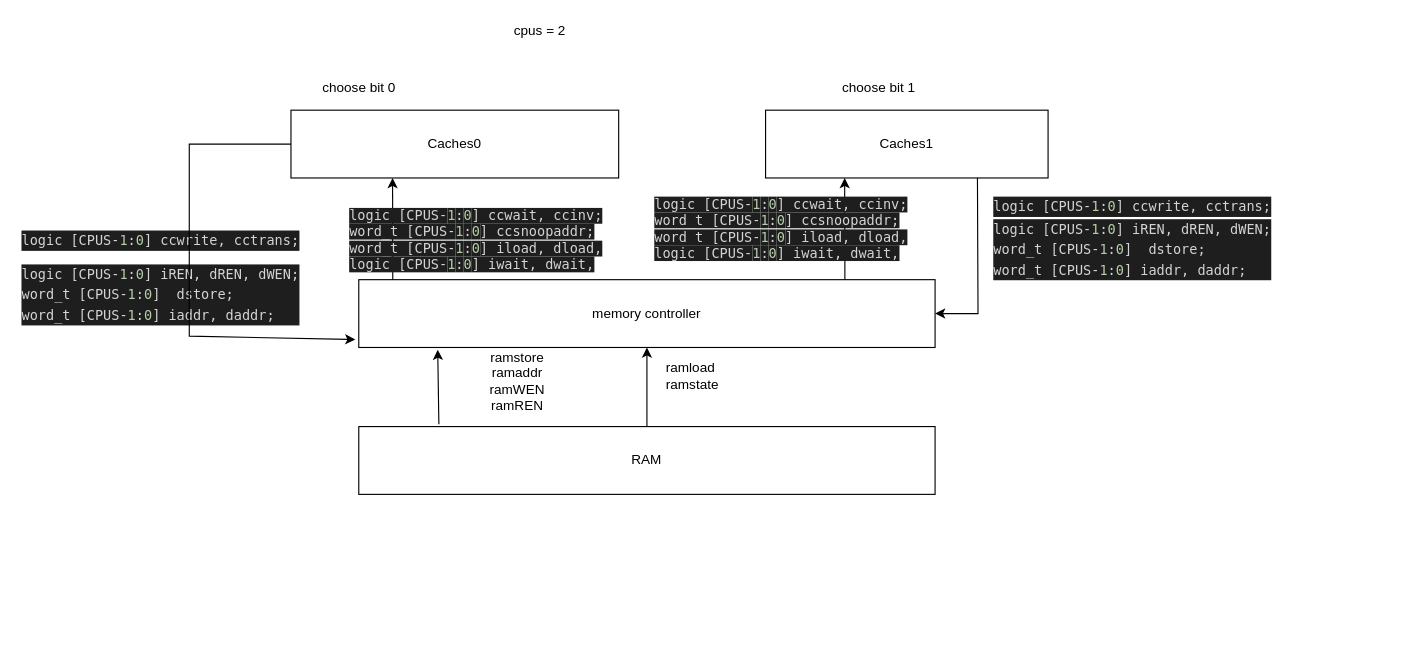
Earlier version of the draw.io diagram page "Page-4" (4 of 5) of caches.drawio (vickyfyq/ece437). Source tidied: cells renumbered, new cells numbered last; positions are measured from the earlier drawing's top-left corner, leaving out a move shared by most shapes. Both pictures are drawn from the tidied source at 113%, with x=0, y=0 at pixel (19, 19).
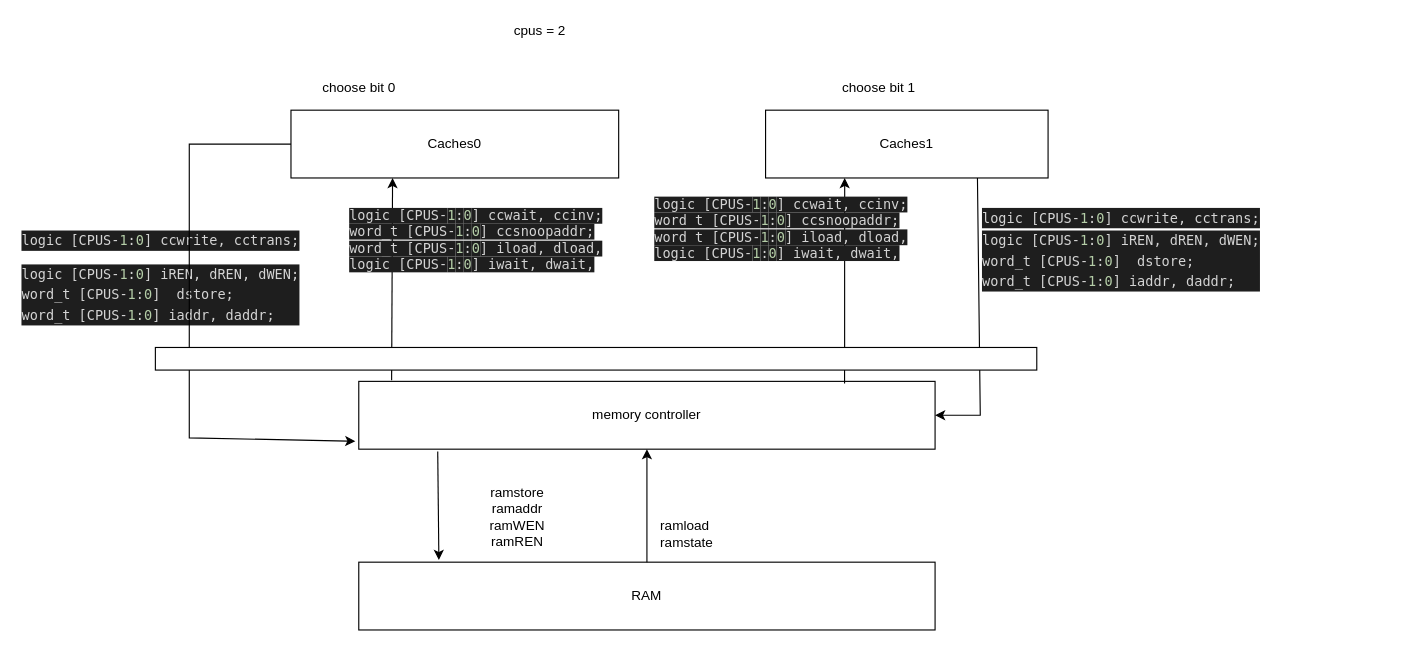
The same diagram, later.

Unchanged cells that the change refers to:
```xml
<mxCell id="8" value="Caches0" style="whiteSpace=wrap;html=1;" parent="1" vertex="1">
  <mxGeometry x="240" y="80" width="290" height="60" as="geometry" />
</mxCell>
<mxCell id="9" value="Caches1" style="whiteSpace=wrap;html=1;" parent="1" vertex="1">
  <mxGeometry x="660" y="80" width="250" height="60" as="geometry" />
</mxCell>
```

Diff of the diagram source:
```diff
@@
     <mxCell id="2" value="memory controller" style="rounded=0;whiteSpace=wrap;html=1;" parent="1" vertex="1">
-      <mxGeometry x="300" y="230" width="510" height="60" as="geometry" />
+      <mxGeometry x="300" y="320" width="510" height="60" as="geometry" />
     </mxCell>
     <mxCell id="3" value="RAM" style="rounded=0;whiteSpace=wrap;html=1;" parent="1" vertex="1">
-      <mxGeometry x="300" y="360" width="510" height="60" as="geometry" />
+      <mxGeometry x="300" y="480" width="510" height="60" as="geometry" />
     </mxCell>
-    <mxCell id="4" style="endArrow=classic;html=1;rounded=0;entryX=0.137;entryY=1.033;entryDx=0;entryDy=0;entryPerimeter=0;exitX=0.139;exitY=-0.033;exitDx=0;exitDy=0;exitPerimeter=0;" parent="1" edge="1" source="3" target="2">
+    <mxCell id="4" style="endArrow=classic;html=1;rounded=0;entryX=0.139;entryY=-0.033;entryDx=0;entryDy=0;entryPerimeter=0;exitX=0.137;exitY=1.033;exitDx=0;exitDy=0;exitPerimeter=0;" parent="1" edge="1" source="2" target="3">
       <mxGeometry relative="1" as="geometry" />
     </mxCell>
     <mxCell id="5" value="ramstore&lt;br&gt;ramaddr&lt;br&gt;ramWEN&lt;br&gt;ramREN" style="text;html=1;align=center;verticalAlign=middle;strokeColor=none;fillColor=none;" parent="1" vertex="1">
-      <mxGeometry x="410" y="290" width="60" height="60" as="geometry" />
+      <mxGeometry x="410" y="410" width="60" height="60" as="geometry" />
     </mxCell>
@@
     <mxCell id="7" value="ramload&amp;nbsp;&lt;br&gt;ramstate" style="text;html=1;align=center;verticalAlign=middle;strokeColor=none;fillColor=none;" parent="1" vertex="1">
-      <mxGeometry x="565" y="300" width="60" height="30" as="geometry" />
+      <mxGeometry x="560" y="440" width="60" height="30" as="geometry" />
     </mxCell>
@@
-    <mxCell id="10" style="endArrow=classic;html=1;rounded=0;entryX=0.31;entryY=1;entryDx=0;entryDy=0;entryPerimeter=0;exitX=0.059;exitY=0;exitDx=0;exitDy=0;exitPerimeter=0;" parent="1" edge="1" source="2" target="8">
+    <mxCell id="10" style="endArrow=classic;html=1;rounded=0;entryX=0.31;entryY=1;entryDx=0;entryDy=0;entryPerimeter=0;exitX=0.057;exitY=-0.017;exitDx=0;exitDy=0;exitPerimeter=0;" parent="1" edge="1" source="2" target="8">
       <mxGeometry relative="1" as="geometry" />
     </mxCell>
-    <mxCell id="11" style="endArrow=classic;html=1;rounded=0;entryX=0.31;entryY=1;entryDx=0;entryDy=0;entryPerimeter=0;exitX=0.059;exitY=0;exitDx=0;exitDy=0;exitPerimeter=0;" parent="1" edge="1">
+    <mxCell id="11" style="endArrow=classic;html=1;rounded=0;entryX=0.31;entryY=1;entryDx=0;entryDy=0;entryPerimeter=0;exitX=0.843;exitY=0.033;exitDx=0;exitDy=0;exitPerimeter=0;" parent="1" edge="1" source="2">
       <mxGeometry relative="1" as="geometry">
-        <mxPoint x="730.2" y="230" as="sourcePoint" />
         <mxPoint x="730" y="140" as="targetPoint" />
       </mxGeometry>
     </mxCell>
     <mxCell id="12" style="endArrow=classic;html=1;rounded=0;exitX=0.75;exitY=1;exitDx=0;exitDy=0;entryX=1;entryY=0.5;entryDx=0;entryDy=0;" parent="1" edge="1" source="9" target="2">
       <mxGeometry relative="1" as="geometry">
         <Array as="points">
-          <mxPoint x="848" y="260" />
+          <mxPoint x="850" y="350" />
         </Array>
       </mxGeometry>
     </mxCell>
     <mxCell id="13" value="&lt;div style=&quot;color: rgb(212 , 212 , 212) ; background-color: rgb(30 , 30 , 30) ; font-family: &amp;#34;menlo&amp;#34; , &amp;#34;monaco&amp;#34; , &amp;#34;courier new&amp;#34; , monospace ; font-weight: normal ; font-size: 12px ; line-height: 18px&quot;&gt;&lt;div&gt;logic   [CPUS-&lt;span style=&quot;color: rgb(181 , 206 , 168)&quot;&gt;1&lt;/span&gt;:&lt;span style=&quot;color: rgb(181 , 206 , 168)&quot;&gt;0&lt;/span&gt;]      ccwrite, cctrans;&lt;br&gt;&lt;/div&gt;&lt;/div&gt;" style="text;whiteSpace=wrap;html=1;" parent="1" vertex="1">
-      <mxGeometry x="860" y="150" width="270" height="70" as="geometry" />
+      <mxGeometry x="850" y="160" width="270" height="70" as="geometry" />
     </mxCell>
     <mxCell id="14" value="&lt;div style=&quot;color: rgb(212 , 212 , 212) ; background-color: rgb(30 , 30 , 30) ; font-family: &amp;#34;menlo&amp;#34; , &amp;#34;monaco&amp;#34; , &amp;#34;courier new&amp;#34; , monospace ; font-weight: normal ; font-size: 12px ; line-height: 18px&quot;&gt;&lt;div&gt;&lt;span style=&quot;color: #d4d4d4&quot;&gt;  logic   [CPUS-&lt;/span&gt;&lt;span style=&quot;color: #b5cea8&quot;&gt;1&lt;/span&gt;&lt;span style=&quot;color: #d4d4d4&quot;&gt;:&lt;/span&gt;&lt;span style=&quot;color: #b5cea8&quot;&gt;0&lt;/span&gt;&lt;span style=&quot;color: #d4d4d4&quot;&gt;] iREN, dREN, dWEN;&lt;/span&gt;&lt;/div&gt;&lt;div&gt;&lt;span style=&quot;color: #d4d4d4&quot;&gt;  word_t  [CPUS-&lt;/span&gt;&lt;span style=&quot;color: #b5cea8&quot;&gt;1&lt;/span&gt;&lt;span style=&quot;color: #d4d4d4&quot;&gt;:&lt;/span&gt;&lt;span style=&quot;color: #b5cea8&quot;&gt;0&lt;/span&gt;&lt;span style=&quot;color: #d4d4d4&quot;&gt;]&amp;nbsp; dstore;&lt;/span&gt;&lt;/div&gt;&lt;div&gt;&lt;span style=&quot;color: #d4d4d4&quot;&gt;  word_t  [CPUS-&lt;/span&gt;&lt;span style=&quot;color: #b5cea8&quot;&gt;1&lt;/span&gt;&lt;span style=&quot;color: #d4d4d4&quot;&gt;:&lt;/span&gt;&lt;span style=&quot;color: #b5cea8&quot;&gt;0&lt;/span&gt;&lt;span style=&quot;color: #d4d4d4&quot;&gt;]       iaddr, daddr;&lt;/span&gt;&lt;/div&gt;&lt;/div&gt;" style="text;whiteSpace=wrap;html=1;" parent="1" vertex="1">
-      <mxGeometry x="860" y="170" width="370" height="70" as="geometry" />
+      <mxGeometry x="850" y="180" width="370" height="70" as="geometry" />
     </mxCell>
@@
     <mxCell id="18" style="endArrow=classic;html=1;rounded=0;exitX=0;exitY=0.5;exitDx=0;exitDy=0;entryX=-0.006;entryY=0.883;entryDx=0;entryDy=0;entryPerimeter=0;" parent="1" edge="1" source="8" target="2">
       <mxGeometry relative="1" as="geometry">
         <Array as="points">
           <mxPoint x="150" y="110" />
-          <mxPoint x="150" y="280" />
+          <mxPoint x="150" y="370" />
         </Array>
       </mxGeometry>
     </mxCell>
@@
+    <mxCell id="23" style="rounded=0;whiteSpace=wrap;html=1;" parent="1" vertex="1">
+      <mxGeometry x="120" y="290" width="780" height="20" as="geometry" />
+    </mxCell>
```
